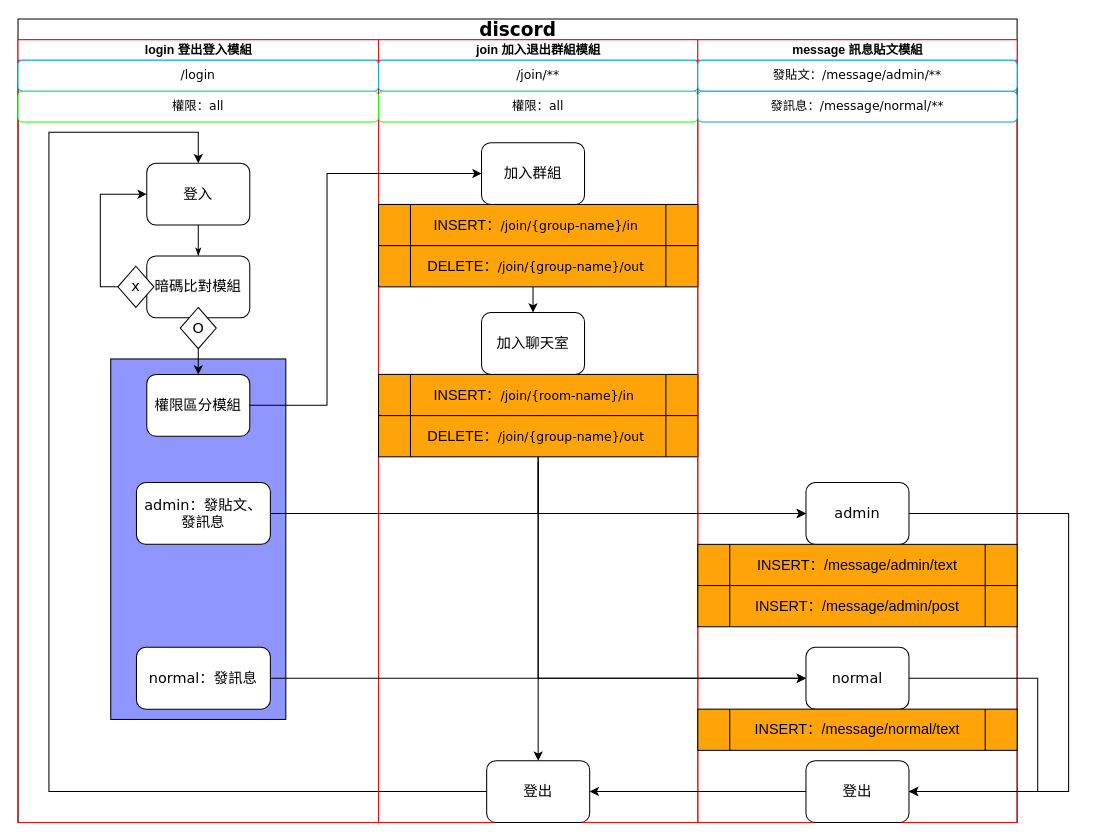
This is uml.drawio from Vinskao/discord, a draw.io file, before an edit. Source tidied: cells renumbered, new cells numbered last; positions are measured from the earlier drawing's top-left corner, leaving out a move shared by most shapes. Both pictures are drawn from the tidied source at 103%, with x=0, y=0 at pixel (18, 19).
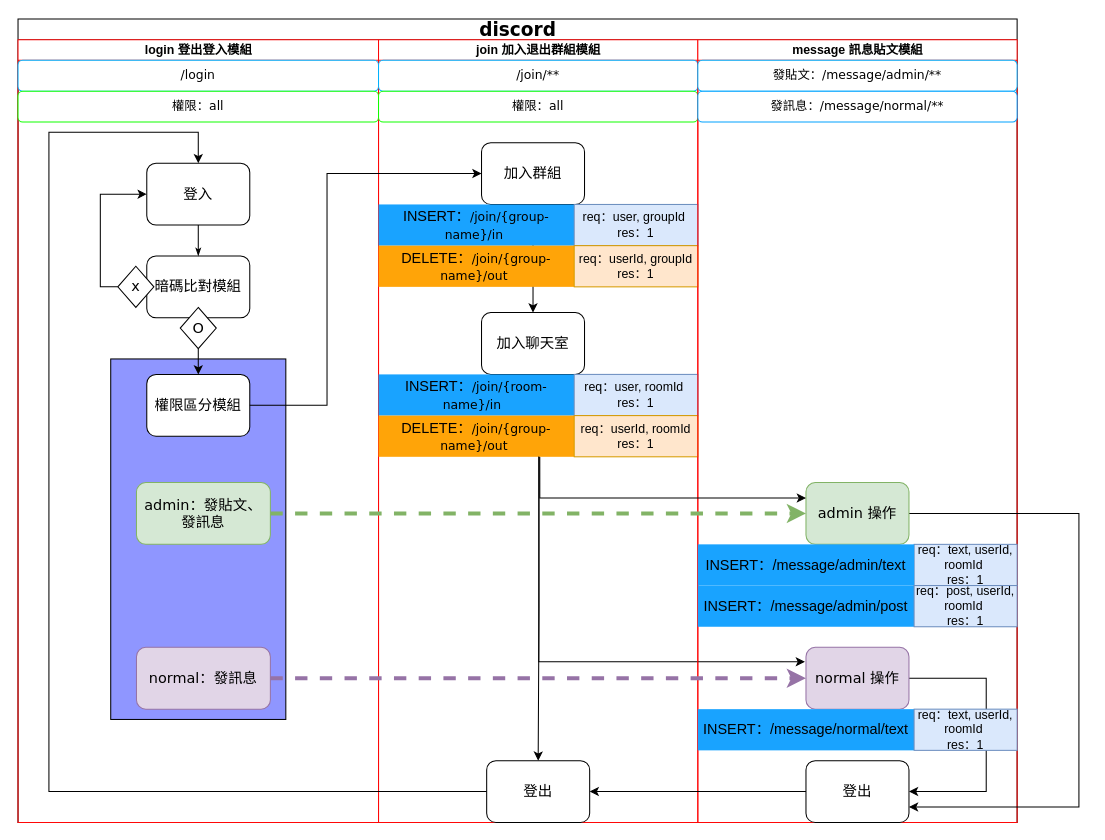
The same diagram, later.

The change refers to these unchanged cells:
```xml
<mxCell id="2" value="&lt;font style=&quot;font-size: 18px;&quot;&gt;discord&lt;/font&gt;" style="swimlane;html=1;startSize=20;rounded=0;shadow=0;labelBackgroundColor=none;strokeWidth=1;fontFamily=Verdana;fontSize=8;align=center;" parent="1" vertex="1">
  <mxGeometry width="970" height="780" as="geometry" />
</mxCell>
<mxCell id="18" value="join 加入退出群組模組" style="swimlane;html=1;startSize=20;strokeColor=#FF0808;" parent="2" vertex="1">
  <mxGeometry x="350" y="20" width="310" height="760" as="geometry" />
</mxCell>
<mxCell id="30" value="&lt;span style=&quot;font-size: 14px;&quot;&gt;登出&lt;/span&gt;" style="rounded=1;whiteSpace=wrap;html=1;shadow=0;labelBackgroundColor=none;strokeWidth=1;fontFamily=Verdana;fontSize=8;align=center;" parent="18" vertex="1">
  <mxGeometry x="105" y="700" width="100" height="60" as="geometry" />
</mxCell>
<mxCell id="33" value="message 訊息貼文模組" style="swimlane;html=1;startSize=20;strokeColor=#FF0808;" parent="2" vertex="1">
  <mxGeometry x="660" y="20" width="310" height="760" as="geometry" />
</mxCell>
<mxCell id="47" value="&lt;span style=&quot;font-size: 14px;&quot;&gt;登出&lt;/span&gt;" style="rounded=1;whiteSpace=wrap;html=1;shadow=0;labelBackgroundColor=none;strokeWidth=1;fontFamily=Verdana;fontSize=8;align=center;" parent="33" vertex="1">
  <mxGeometry x="105" y="700" width="100" height="60" as="geometry" />
</mxCell>
```

What changed in the source:
```diff
@@
-    <mxCell id="3" style="edgeStyle=orthogonalEdgeStyle;rounded=0;jettySize=auto;html=1;exitX=0.5;exitY=1;exitDx=0;exitDy=0;entryX=0;entryY=0.5;entryDx=0;entryDy=0;" parent="2" edge="1" source="27" target="39">
-      <mxGeometry relative="1" as="geometry" />
-    </mxCell>
@@
-    <mxCell id="25" value="&lt;div&gt;&lt;span style=&quot;font-size: 14px;&quot;&gt;INSERT：&lt;/span&gt;&lt;span style=&quot;font-family: Verdana; background-color: initial;&quot;&gt;/join/{group-name}/in&lt;/span&gt;&lt;span style=&quot;font-size: 14px; background-color: initial;&quot;&gt;&amp;nbsp;&lt;/span&gt;&lt;/div&gt;" style="shape=process;whiteSpace=wrap;html=1;backgroundOutline=1;fillColor=#FFA408;" parent="18" vertex="1">
-      <mxGeometry y="160" width="310" height="40" as="geometry" />
+    <mxCell id="25" value="&lt;div&gt;&lt;span style=&quot;font-size: 14px;&quot;&gt;INSERT：&lt;/span&gt;&lt;span style=&quot;font-family: Verdana; background-color: initial;&quot;&gt;/join/{group-name}/in&lt;/span&gt;&lt;span style=&quot;font-size: 14px; background-color: initial;&quot;&gt;&amp;nbsp;&lt;/span&gt;&lt;/div&gt;" style="shape=process;whiteSpace=wrap;html=1;backgroundOutline=1;fillColor=#19A3FF;strokeColor=none;" parent="18" vertex="1">
+      <mxGeometry y="160" width="190" height="40" as="geometry" />
     </mxCell>
-    <mxCell id="26" value="&lt;div&gt;&lt;span style=&quot;font-size: 14px;&quot;&gt;DELETE：&lt;/span&gt;&lt;span style=&quot;font-family: Verdana; background-color: initial;&quot;&gt;/join/{group-name}/out&lt;/span&gt;&lt;span style=&quot;font-size: 14px; background-color: initial;&quot;&gt;&amp;nbsp;&lt;/span&gt;&lt;/div&gt;" style="shape=process;whiteSpace=wrap;html=1;backgroundOutline=1;fillColor=#FFA408;" parent="18" vertex="1">
-      <mxGeometry y="200" width="310" height="40" as="geometry" />
+    <mxCell id="26" value="&lt;div&gt;&lt;span style=&quot;font-size: 14px;&quot;&gt;DELETE：&lt;/span&gt;&lt;span style=&quot;font-family: Verdana; background-color: initial;&quot;&gt;/join/{group-name}/out&lt;/span&gt;&lt;span style=&quot;font-size: 14px; background-color: initial;&quot;&gt;&amp;nbsp;&lt;/span&gt;&lt;/div&gt;" style="shape=process;whiteSpace=wrap;html=1;backgroundOutline=1;fillColor=#FFA408;strokeColor=none;" parent="18" vertex="1">
+      <mxGeometry y="200" width="190" height="40" as="geometry" />
     </mxCell>
-    <mxCell id="27" value="&lt;span style=&quot;font-size: 14px;&quot;&gt;INSERT：&lt;/span&gt;&lt;span style=&quot;background-color: initial; font-family: Verdana;&quot;&gt;/join/{room-name}/in&lt;/span&gt;&lt;span style=&quot;background-color: initial; font-size: 14px;&quot;&gt;&amp;nbsp;&amp;nbsp;&lt;/span&gt;" style="shape=process;whiteSpace=wrap;html=1;backgroundOutline=1;fillColor=#FFA408;" parent="18" vertex="1">
-      <mxGeometry y="325" width="310" height="40" as="geometry" />
+    <mxCell id="27" value="&lt;span style=&quot;font-size: 14px;&quot;&gt;INSERT：&lt;/span&gt;&lt;span style=&quot;background-color: initial; font-family: Verdana;&quot;&gt;/join/{room-name}/in&lt;/span&gt;&lt;span style=&quot;background-color: initial; font-size: 14px;&quot;&gt;&amp;nbsp;&amp;nbsp;&lt;/span&gt;" style="shape=process;whiteSpace=wrap;html=1;backgroundOutline=1;fillColor=#19A3FF;strokeColor=none;" parent="18" vertex="1">
+      <mxGeometry y="325" width="190" height="40" as="geometry" />
     </mxCell>
-    <mxCell id="28" style="edgeStyle=orthogonalEdgeStyle;rounded=0;jettySize=auto;html=1;exitX=0.5;exitY=1;exitDx=0;exitDy=0;entryX=0.5;entryY=0;entryDx=0;entryDy=0;" parent="18" edge="1" source="29" target="30">
+    <mxCell id="28" style="edgeStyle=orthogonalEdgeStyle;rounded=0;jettySize=auto;html=1;exitX=0.82;exitY=0.991;exitDx=0;exitDy=0;entryX=0.5;entryY=0;entryDx=0;entryDy=0;exitPerimeter=0;" parent="18" edge="1" source="29" target="30">
       <mxGeometry relative="1" as="geometry" />
     </mxCell>
-    <mxCell id="29" value="&lt;div&gt;&lt;span style=&quot;font-size: 14px;&quot;&gt;DELETE：&lt;/span&gt;&lt;span style=&quot;font-family: Verdana; background-color: initial;&quot;&gt;/join/{group-name}/out&lt;/span&gt;&lt;span style=&quot;font-size: 14px; background-color: initial;&quot;&gt;&amp;nbsp;&lt;/span&gt;&lt;/div&gt;" style="shape=process;whiteSpace=wrap;html=1;backgroundOutline=1;fillColor=#FFA408;" parent="18" vertex="1">
-      <mxGeometry y="365" width="310" height="40" as="geometry" />
+    <mxCell id="29" value="&lt;div&gt;&lt;span style=&quot;font-size: 14px;&quot;&gt;DELETE：&lt;/span&gt;&lt;span style=&quot;font-family: Verdana; background-color: initial;&quot;&gt;/join/{group-name}/out&lt;/span&gt;&lt;span style=&quot;font-size: 14px; background-color: initial;&quot;&gt;&amp;nbsp;&lt;/span&gt;&lt;/div&gt;" style="shape=process;whiteSpace=wrap;html=1;backgroundOutline=1;fillColor=#FFA408;strokeColor=none;" parent="18" vertex="1">
+      <mxGeometry y="365" width="190" height="40" as="geometry" />
     </mxCell>
@@
+    <mxCell id="50" style="edgeStyle=none;curved=1;rounded=0;orthogonalLoop=1;jettySize=auto;html=1;entryX=1;entryY=0.5;entryDx=0;entryDy=0;fontSize=12;startSize=8;endSize=8;" parent="18" edge="1" source="25" target="25">
+      <mxGeometry relative="1" as="geometry" />
+    </mxCell>
+    <mxCell id="51" style="edgeStyle=none;curved=1;rounded=0;orthogonalLoop=1;jettySize=auto;html=1;exitX=1;exitY=0.5;exitDx=0;exitDy=0;fontSize=12;startSize=8;endSize=8;" parent="18" edge="1" source="26" target="26">
+      <mxGeometry relative="1" as="geometry" />
+    </mxCell>
+    <mxCell id="52" value="req：user, groupId&amp;nbsp;&lt;div&gt;res：1&lt;/div&gt;" style="rounded=0;whiteSpace=wrap;html=1;fillColor=#dae8fc;strokeColor=#6c8ebf;" parent="18" vertex="1">
+      <mxGeometry x="190" y="160" width="120" height="40" as="geometry" />
+    </mxCell>
+    <mxCell id="53" value="req：userId, groupId&lt;div&gt;res：1&lt;/div&gt;" style="rounded=0;whiteSpace=wrap;html=1;fillColor=#ffe6cc;strokeColor=#d79b00;" parent="18" vertex="1">
+      <mxGeometry x="190" y="200" width="120" height="40" as="geometry" />
+    </mxCell>
+    <mxCell id="54" value="req：user, roomId&amp;nbsp;&lt;div&gt;res：1&lt;/div&gt;" style="rounded=0;whiteSpace=wrap;html=1;fillColor=#dae8fc;strokeColor=#6c8ebf;" parent="18" vertex="1">
+      <mxGeometry x="190" y="325" width="120" height="40" as="geometry" />
+    </mxCell>
+    <mxCell id="55" value="req：userId, roomId&lt;div&gt;res：1&lt;/div&gt;" style="rounded=0;whiteSpace=wrap;html=1;fillColor=#ffe6cc;strokeColor=#d79b00;" parent="18" vertex="1">
+      <mxGeometry x="190" y="365" width="120" height="40" as="geometry" />
+    </mxCell>
+    <mxCell id="56" style="edgeStyle=orthogonalEdgeStyle;rounded=0;jettySize=auto;html=1;exitX=0.819;exitY=0.99;exitDx=0;exitDy=0;exitPerimeter=0;entryX=0;entryY=0.25;entryDx=0;entryDy=0;" parent="18" edge="1" source="29">
+      <mxGeometry relative="1" as="geometry">
+        <mxPoint x="414" y="604" as="targetPoint" />
+        <Array as="points">
+          <mxPoint x="156" y="604" />
+        </Array>
+      </mxGeometry>
+    </mxCell>
@@
-    <mxCell id="32" style="edgeStyle=orthogonalEdgeStyle;rounded=0;jettySize=auto;html=1;entryX=0;entryY=0.5;entryDx=0;entryDy=0;" parent="2" edge="1" target="41">
-      <mxGeometry relative="1" as="geometry">
-        <mxPoint x="505" y="430" as="sourcePoint" />
-        <Array as="points">
-          <mxPoint x="505" y="480" />
-        </Array>
-      </mxGeometry>
-    </mxCell>
@@
-    <mxCell id="36" value="&lt;span style=&quot;font-size: 14px;&quot;&gt;INSERT：/message/admin/text&lt;/span&gt;" style="shape=process;whiteSpace=wrap;html=1;backgroundOutline=1;fillColor=#FFA408;" parent="33" vertex="1">
-      <mxGeometry y="490" width="310" height="40" as="geometry" />
-    </mxCell>
-    <mxCell id="37" value="&lt;font style=&quot;font-size: 14px;&quot;&gt;normal：發訊息&lt;/font&gt;" style="rounded=1;whiteSpace=wrap;html=1;shadow=0;labelBackgroundColor=none;strokeWidth=1;fontFamily=Verdana;fontSize=8;align=center;" parent="33" vertex="1">
+    <mxCell id="37" value="&lt;font style=&quot;font-size: 14px;&quot;&gt;normal：發訊息&lt;/font&gt;" style="rounded=1;whiteSpace=wrap;html=1;shadow=0;labelBackgroundColor=none;strokeWidth=1;fontFamily=Verdana;fontSize=8;align=center;fillColor=#e1d5e7;strokeColor=#9673a6;" parent="33" vertex="1">
       <mxGeometry x="-545" y="590" width="130" height="60" as="geometry" />
     </mxCell>
-    <mxCell id="38" style="edgeStyle=orthogonalEdgeStyle;rounded=0;jettySize=auto;html=1;exitX=1;exitY=0.5;exitDx=0;exitDy=0;entryX=1;entryY=0.5;entryDx=0;entryDy=0;" parent="33" edge="1" source="39" target="47">
+    <mxCell id="38" style="edgeStyle=orthogonalEdgeStyle;rounded=0;jettySize=auto;html=1;exitX=1;exitY=0.5;exitDx=0;exitDy=0;entryX=1;entryY=0.5;entryDx=0;entryDy=0;fillColor=#e1d5e7;strokeColor=#000000;strokeWidth=1;" parent="33" edge="1" source="39" target="47">
       <mxGeometry relative="1" as="geometry">
         <Array as="points">
-          <mxPoint x="330" y="620" />
-          <mxPoint x="330" y="730" />
+          <mxPoint x="280" y="620" />
+          <mxPoint x="280" y="730" />
         </Array>
       </mxGeometry>
     </mxCell>
-    <mxCell id="39" value="&lt;font style=&quot;font-size: 14px;&quot;&gt;normal&lt;/font&gt;" style="rounded=1;whiteSpace=wrap;html=1;shadow=0;labelBackgroundColor=none;strokeWidth=1;fontFamily=Verdana;fontSize=8;align=center;" parent="33" vertex="1">
+    <mxCell id="39" value="&lt;font style=&quot;font-size: 14px;&quot;&gt;normal 操作&lt;/font&gt;" style="rounded=1;whiteSpace=wrap;html=1;shadow=0;labelBackgroundColor=none;strokeWidth=1;fontFamily=Verdana;fontSize=8;align=center;fillColor=#e1d5e7;strokeColor=#9673a6;" parent="33" vertex="1">
       <mxGeometry x="105" y="590" width="100" height="60" as="geometry" />
     </mxCell>
-    <mxCell id="40" style="edgeStyle=orthogonalEdgeStyle;rounded=0;jettySize=auto;html=1;exitX=1;exitY=0.5;exitDx=0;exitDy=0;entryX=1;entryY=0.5;entryDx=0;entryDy=0;" parent="33" edge="1" source="41" target="47">
+    <mxCell id="40" style="edgeStyle=orthogonalEdgeStyle;rounded=0;jettySize=auto;html=1;exitX=1;exitY=0.5;exitDx=0;exitDy=0;entryX=1;entryY=0.75;entryDx=0;entryDy=0;fillColor=#d5e8d4;strokeColor=#000000;strokeWidth=1;" parent="33" edge="1" source="41" target="47">
       <mxGeometry relative="1" as="geometry">
         <Array as="points">
-          <mxPoint x="360" y="460" />
-          <mxPoint x="360" y="730" />
+          <mxPoint x="370" y="460" />
+          <mxPoint x="370" y="745" />
         </Array>
       </mxGeometry>
     </mxCell>
-    <mxCell id="41" value="&lt;span style=&quot;font-size: 14px;&quot;&gt;admin&lt;/span&gt;" style="rounded=1;whiteSpace=wrap;html=1;shadow=0;labelBackgroundColor=none;strokeWidth=1;fontFamily=Verdana;fontSize=8;align=center;" parent="33" vertex="1">
+    <mxCell id="41" value="&lt;span style=&quot;font-size: 14px;&quot;&gt;admin 操作&lt;/span&gt;" style="rounded=1;whiteSpace=wrap;html=1;shadow=0;labelBackgroundColor=none;strokeWidth=1;fontFamily=Verdana;fontSize=8;align=center;fillColor=#d5e8d4;strokeColor=#82b366;" parent="33" vertex="1">
       <mxGeometry x="105" y="430" width="100" height="60" as="geometry" />
     </mxCell>
-    <mxCell id="42" value="&lt;font style=&quot;font-size: 14px;&quot;&gt;admin：發貼文、&lt;/font&gt;&lt;div&gt;&lt;font style=&quot;font-size: 14px;&quot;&gt;發訊息&lt;/font&gt;&lt;/div&gt;" style="rounded=1;whiteSpace=wrap;html=1;shadow=0;labelBackgroundColor=none;strokeWidth=1;fontFamily=Verdana;fontSize=8;align=center;" parent="33" vertex="1">
+    <mxCell id="42" value="&lt;font style=&quot;font-size: 14px;&quot;&gt;admin：發貼文、&lt;/font&gt;&lt;div&gt;&lt;font style=&quot;font-size: 14px;&quot;&gt;發訊息&lt;/font&gt;&lt;/div&gt;" style="rounded=1;whiteSpace=wrap;html=1;shadow=0;labelBackgroundColor=none;strokeWidth=1;fontFamily=Verdana;fontSize=8;align=center;fillColor=#d5e8d4;strokeColor=#82b366;" parent="33" vertex="1">
       <mxGeometry x="-545" y="430" width="130" height="60" as="geometry" />
     </mxCell>
-    <mxCell id="43" style="edgeStyle=orthogonalEdgeStyle;rounded=0;jettySize=auto;html=1;exitX=1;exitY=0.5;exitDx=0;exitDy=0;entryX=0;entryY=0.5;entryDx=0;entryDy=0;" parent="33" edge="1" source="37" target="39">
+    <mxCell id="43" style="edgeStyle=orthogonalEdgeStyle;rounded=0;jettySize=auto;html=1;exitX=1;exitY=0.5;exitDx=0;exitDy=0;entryX=0;entryY=0.5;entryDx=0;entryDy=0;fillColor=#e1d5e7;strokeColor=#9673a6;strokeWidth=4;dashed=1;" parent="33" edge="1" source="37" target="39">
       <mxGeometry relative="1" as="geometry" />
     </mxCell>
-    <mxCell id="44" style="edgeStyle=orthogonalEdgeStyle;rounded=0;jettySize=auto;html=1;exitX=1;exitY=0.5;exitDx=0;exitDy=0;entryX=0;entryY=0.5;entryDx=0;entryDy=0;" parent="33" edge="1" source="42" target="41">
+    <mxCell id="44" style="edgeStyle=orthogonalEdgeStyle;rounded=0;jettySize=auto;html=1;exitX=1;exitY=0.5;exitDx=0;exitDy=0;entryX=0;entryY=0.5;entryDx=0;entryDy=0;fillColor=#d5e8d4;strokeColor=#82b366;strokeWidth=4;dashed=1;" parent="33" edge="1" source="42" target="41">
       <mxGeometry relative="1" as="geometry" />
     </mxCell>
-    <mxCell id="45" value="&lt;span style=&quot;font-size: 14px;&quot;&gt;INSERT：/message/admin/post&lt;/span&gt;" style="shape=process;whiteSpace=wrap;html=1;backgroundOutline=1;fillColor=#FFA408;" parent="33" vertex="1">
-      <mxGeometry y="530" width="310" height="40" as="geometry" />
+    <mxCell id="45" value="&lt;span style=&quot;font-size: 14px;&quot;&gt;INSERT：/message/admin/post&lt;/span&gt;" style="shape=process;whiteSpace=wrap;html=1;backgroundOutline=1;fillColor=#19A3FF;strokeColor=none;" parent="33" vertex="1">
+      <mxGeometry y="530" width="210" height="40" as="geometry" />
     </mxCell>
-    <mxCell id="46" value="&lt;span style=&quot;font-size: 14px;&quot;&gt;INSERT：/message/normal/text&lt;/span&gt;" style="shape=process;whiteSpace=wrap;html=1;backgroundOutline=1;fillColor=#FFA408;" parent="33" vertex="1">
-      <mxGeometry y="650" width="310" height="40" as="geometry" />
+    <mxCell id="46" value="&lt;span style=&quot;font-size: 14px;&quot;&gt;INSERT：/message/normal/text&lt;/span&gt;" style="shape=process;whiteSpace=wrap;html=1;backgroundOutline=1;fillColor=#19A3FF;strokeColor=none;" parent="33" vertex="1">
+      <mxGeometry y="650" width="210" height="40" as="geometry" />
     </mxCell>
@@
+    <mxCell id="57" value="req：text, userId, roomId&amp;nbsp;&lt;div&gt;res：1&lt;/div&gt;" style="rounded=0;whiteSpace=wrap;html=1;fillColor=#dae8fc;strokeColor=#6c8ebf;" parent="33" vertex="1">
+      <mxGeometry x="210" y="490" width="100" height="40" as="geometry" />
+    </mxCell>
+    <mxCell id="36" value="&lt;span style=&quot;font-size: 14px;&quot;&gt;INSERT：/message/admin/text&lt;/span&gt;" style="shape=process;whiteSpace=wrap;html=1;backgroundOutline=1;fillColor=#19A3FF;strokeColor=none;" parent="33" vertex="1">
+      <mxGeometry y="490" width="210" height="40" as="geometry" />
+    </mxCell>
+    <mxCell id="58" value="req：post, userId, roomId&amp;nbsp;&lt;div&gt;res：1&lt;/div&gt;" style="rounded=0;whiteSpace=wrap;html=1;fillColor=#dae8fc;strokeColor=#6c8ebf;" parent="33" vertex="1">
+      <mxGeometry x="210" y="530" width="100" height="40" as="geometry" />
+    </mxCell>
+    <mxCell id="59" value="req：text, userId, roomId&amp;nbsp;&lt;div&gt;res：1&lt;/div&gt;" style="rounded=0;whiteSpace=wrap;html=1;fillColor=#dae8fc;strokeColor=#6c8ebf;" parent="33" vertex="1">
+      <mxGeometry x="210" y="650" width="100" height="40" as="geometry" />
+    </mxCell>
@@
+    <mxCell id="60" style="edgeStyle=orthogonalEdgeStyle;rounded=0;jettySize=auto;html=1;exitX=0.824;exitY=1.007;exitDx=0;exitDy=0;exitPerimeter=0;entryX=0;entryY=0.25;entryDx=0;entryDy=0;" parent="2" edge="1" source="29" target="41">
+      <mxGeometry relative="1" as="geometry">
+        <Array as="points">
+          <mxPoint x="507" y="465" />
+        </Array>
+      </mxGeometry>
+    </mxCell>
```
